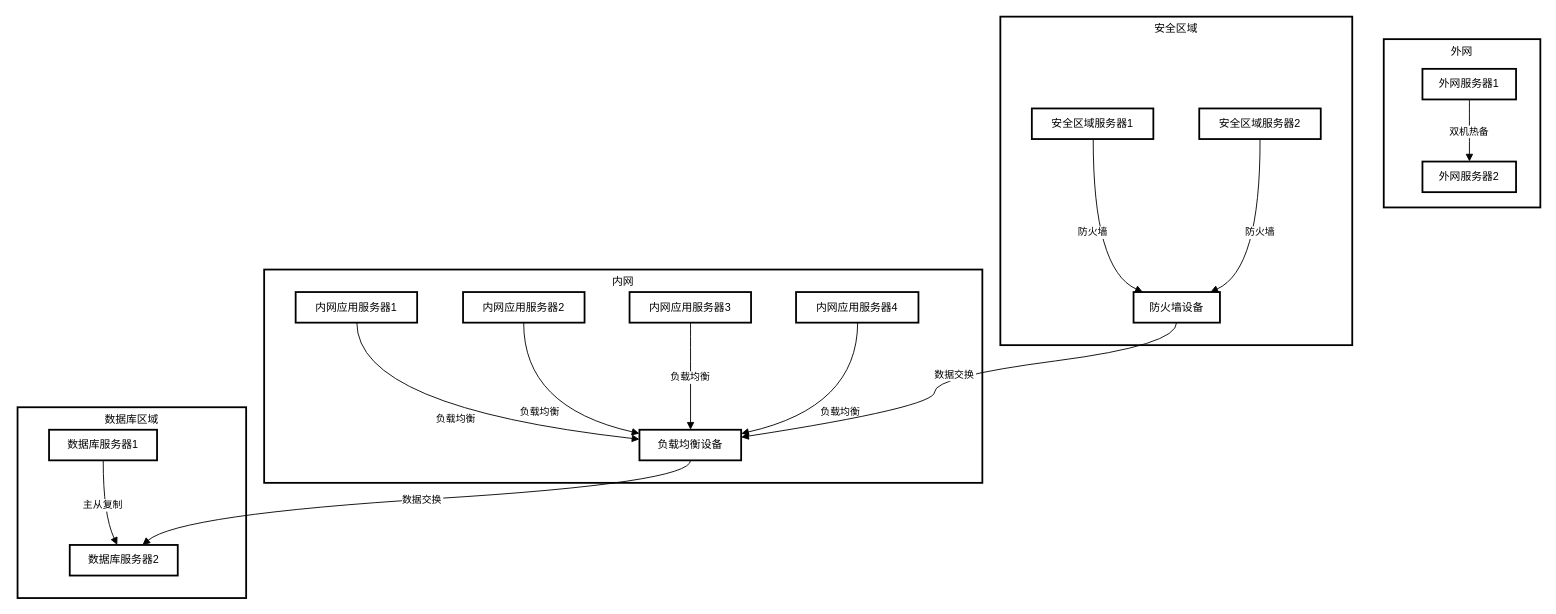
Earlier version of the draw.io diagram views/未命名绘图.drawio (fuwei54321/tsnodeclub). Source tidied: cells renumbered, new cells numbered last; positions are measured from the earlier drawing's top-left corner, leaving out a move shared by most shapes. Both pictures are drawn from the tidied source at 90%, with x=0, y=0 at pixel (17, 16).
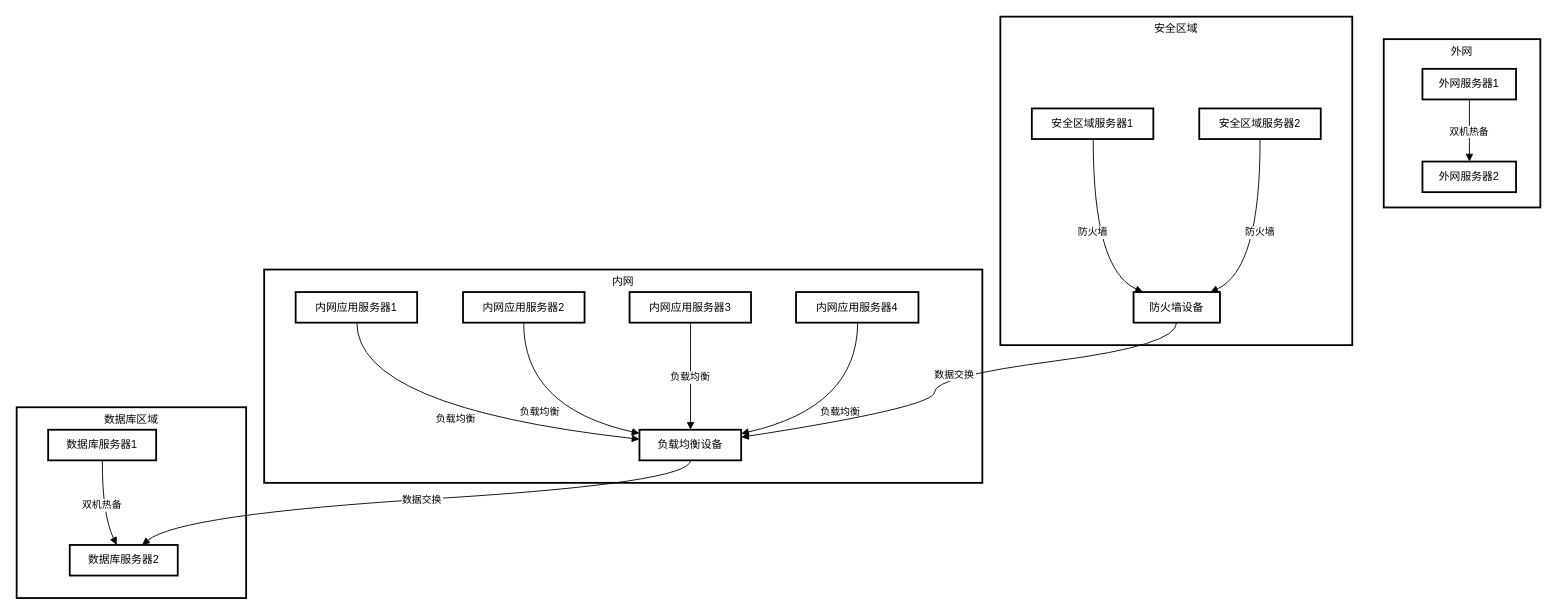
After the change.

Commit message (it also covers changes not shown here):
更新未命名绘图.drawio

The change refers to these unchanged cells:
```xml
<mxCell id="3" value="数据库服务器2" style="whiteSpace=wrap;strokeWidth=2;" parent="1" vertex="1">
  <mxGeometry x="58" y="587" width="120" height="34" as="geometry" />
</mxCell>
<mxCell id="10" value="负载均衡设备" style="whiteSpace=wrap;strokeWidth=2;" parent="1" vertex="1">
  <mxGeometry x="691" y="459" width="113" height="34" as="geometry" />
</mxCell>
```

The edit, as a diff of the source:
```diff
@@
     <mxCell id="2" value="数据库区域" style="whiteSpace=wrap;strokeWidth=2;verticalAlign=top;" parent="1" vertex="1">
-      <mxGeometry y="434" width="254" height="212" as="geometry" />
+      <mxGeometry x="-1" y="434" width="255" height="212" as="geometry" />
     </mxCell>
@@
     <mxCell id="4" value="数据库服务器1" style="whiteSpace=wrap;strokeWidth=2;" parent="1" vertex="1">
-      <mxGeometry x="35" y="459" width="120" height="34" as="geometry" />
+      <mxGeometry x="34" y="459" width="120" height="34" as="geometry" />
     </mxCell>
@@
-    <mxCell id="25" value="主从复制" style="curved=1;startArrow=none;endArrow=block;exitX=0.5016276041666666;exitY=1;entryX=0.43975462682038835;entryY=0;rounded=0;" parent="1" edge="1" source="4" target="3">
+    <mxCell id="25" value="双机热备" style="curved=1;startArrow=none;endArrow=block;exitX=0.5016276041666666;exitY=1;entryX=0.43421255562297734;entryY=0;rounded=0;" parent="1" edge="1" source="4" target="3">
       <mxGeometry relative="1" as="geometry">
         <Array as="points">
-          <mxPoint x="95" y="553" />
+          <mxPoint x="94" y="553" />
         </Array>
       </mxGeometry>
     </mxCell>
@@
-    <mxCell id="27" value="数据交换" style="curved=1;startArrow=none;endArrow=block;exitX=0.5023852323008849;exitY=1;entryX=0.6735733970469255;entryY=0;rounded=0;" parent="1" edge="1" source="10" target="3">
+    <mxCell id="27" value="数据交换" style="curved=1;startArrow=none;endArrow=block;exitX=0.5023852323008849;exitY=1;entryX=0.6707821349110031;entryY=0;rounded=0;" parent="1" edge="1" source="10" target="3">
       <mxGeometry relative="1" as="geometry">
         <Array as="points">
           <mxPoint x="748" y="518" />
           <mxPoint x="180" y="553" />
         </Array>
       </mxGeometry>
     </mxCell>
```
